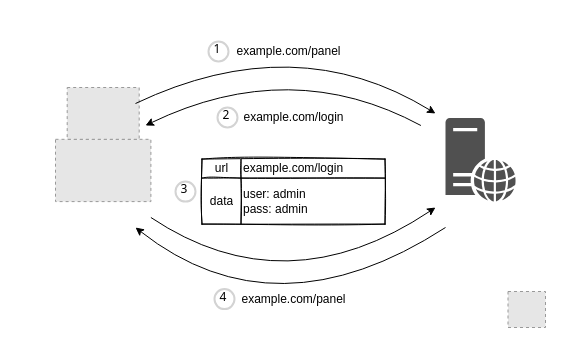
Earlier version of the draw.io diagram default-credential.drawio (qeeqbox/default-credential). Source tidied: cells renumbered, new cells numbered last; positions are measured from the earlier drawing's top-left corner, leaving out a move shared by most shapes. Both pictures are drawn from the tidied source at 100%, with x=0, y=0 at pixel (17, 17). Pictures stored in the file or linked from it are replaced by grey dashed boxes.
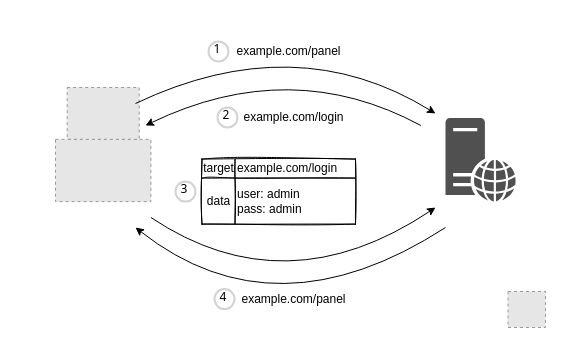
Above is the later version.

What changed in the source:
```diff
@@
     <mxCell id="18" style="shape=table;html=1;whiteSpace=wrap;startSize=0;childLayout=tableLayout;align=left;rounded=0;shadow=0;sketch=1;arcSize=0;" parent="1" vertex="1">
-      <mxGeometry x="184.5" y="141.6" width="183" height="65" as="geometry" />
+      <mxGeometry x="184.5" y="141.6" width="153.5" height="65" as="geometry" />
     </mxCell>
     <mxCell id="19" style="shape=tableRow;horizontal=0;startSize=0;swimlaneHead=0;swimlaneBody=0;top=0;left=0;bottom=0;right=0;fillColor=none;" parent="18" vertex="1">
-      <mxGeometry width="183" height="19" as="geometry" />
+      <mxGeometry width="153.5" height="19" as="geometry" />
     </mxCell>
-    <mxCell id="20" value="url" style="shape=partialRectangle;html=1;whiteSpace=wrap;fillColor=none;top=0;left=0;bottom=0;right=0;overflow=hidden;" parent="19" vertex="1">
-      <mxGeometry width="39" height="19" as="geometry" />
+    <mxCell id="20" value="target" style="shape=partialRectangle;html=1;whiteSpace=wrap;fillColor=none;top=0;left=0;bottom=0;right=0;overflow=hidden;" parent="19" vertex="1">
+      <mxGeometry width="33" height="19" as="geometry" />
     </mxCell>
     <mxCell id="21" value="&lt;span style=&quot;text-align: center&quot;&gt;example.com/login&lt;/span&gt;" style="shape=partialRectangle;html=1;whiteSpace=wrap;fillColor=none;top=0;left=0;bottom=0;right=0;overflow=hidden;align=left;" parent="19" vertex="1">
-      <mxGeometry x="39" width="144" height="19" as="geometry" />
+      <mxGeometry x="33" width="121" height="19" as="geometry" />
     </mxCell>
     <mxCell id="22" style="shape=tableRow;horizontal=0;startSize=0;swimlaneHead=0;swimlaneBody=0;top=0;left=0;bottom=0;right=0;fillColor=none;" parent="18" vertex="1">
-      <mxGeometry y="19" width="183" height="46" as="geometry" />
+      <mxGeometry y="19" width="153.5" height="46" as="geometry" />
     </mxCell>
     <mxCell id="23" value="data" style="shape=partialRectangle;html=1;whiteSpace=wrap;fillColor=none;top=0;left=0;bottom=0;right=0;overflow=hidden;" parent="22" vertex="1">
-      <mxGeometry width="39" height="46" as="geometry" />
+      <mxGeometry width="33" height="46" as="geometry" />
     </mxCell>
     <mxCell id="24" value="&lt;span&gt;user: admin&lt;/span&gt;&lt;br&gt;&lt;span&gt;pass: admin&lt;/span&gt;" style="shape=partialRectangle;html=1;whiteSpace=wrap;fillColor=none;top=0;left=0;bottom=0;right=0;overflow=hidden;align=left;" parent="22" vertex="1">
-      <mxGeometry x="39" width="144" height="46" as="geometry" />
+      <mxGeometry x="33" width="121" height="46" as="geometry" />
     </mxCell>
```
